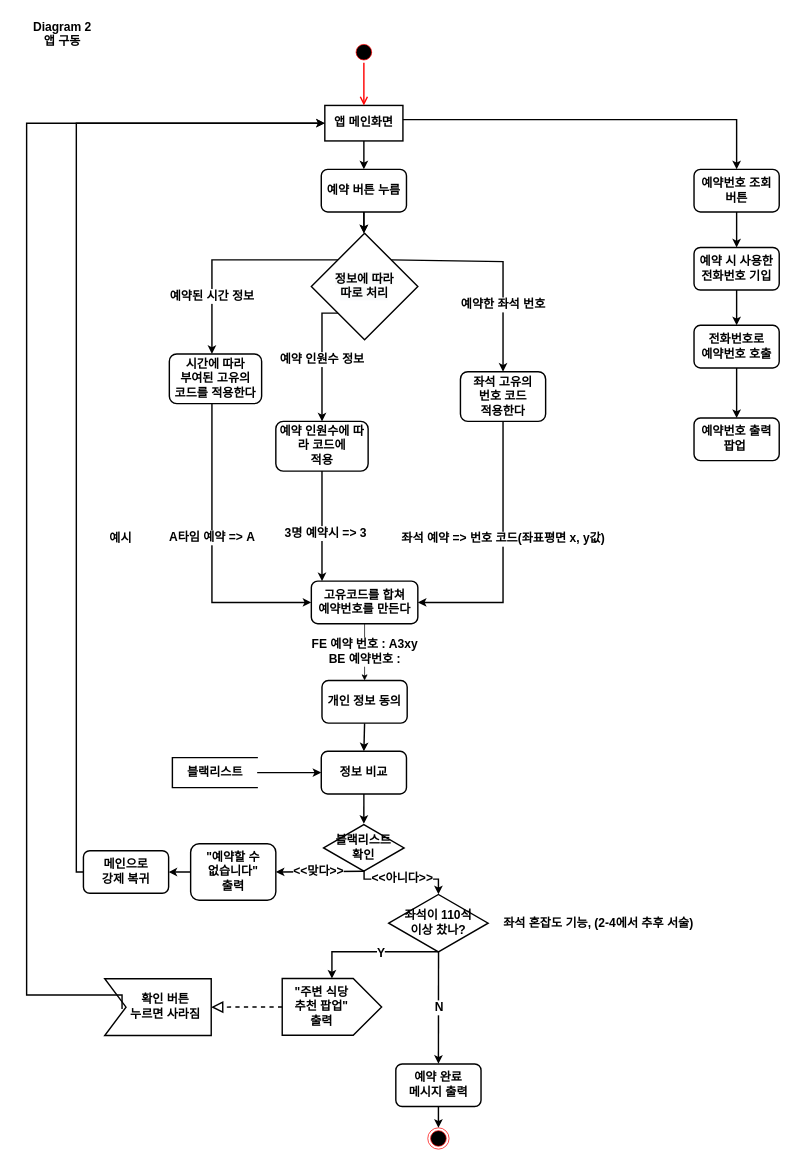
This is Diagram2_AppRuning22.drawio from StrongCatWill/SWProject, a draw.io file, before an edit. Source tidied: cells renumbered, new cells numbered last; positions are measured from the earlier drawing's top-left corner, leaving out a move shared by most shapes. Both pictures are drawn from the tidied source at 71%, with x=0, y=0 at pixel (26, 16).
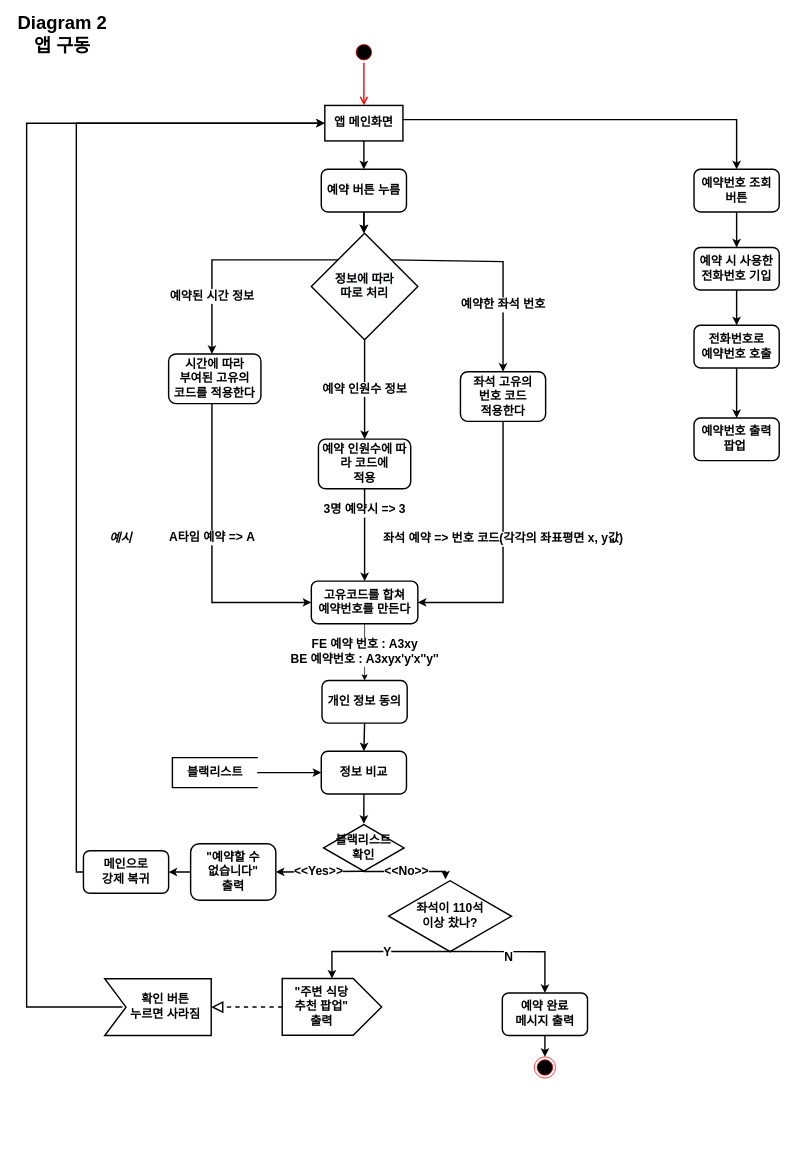
The same page after the edit.

The change refers to these unchanged cells:
```xml
<mxCell id="3" value="앱 메인화면" style="rounded=0;whiteSpace=wrap;html=1;fontSize=17;fontStyle=1;strokeWidth=2;" parent="1" vertex="1">
  <mxGeometry x="420" y="125" width="110" height="50" as="geometry" />
</mxCell>
<mxCell id="10" value="&lt;div style=&quot;font-size: 17px;&quot;&gt;블랙리스트&lt;/div&gt;&lt;div style=&quot;font-size: 17px;&quot;&gt;확인&lt;/div&gt;" style="html=1;whiteSpace=wrap;shape=isoRectangle;fontSize=17;align=center;fontStyle=1;strokeWidth=2;" parent="1" vertex="1">
  <mxGeometry x="418.3" y="1136.7" width="113.3" height="68" as="geometry" />
</mxCell>
<mxCell id="16" style="endArrow=classic;html=1;rounded=0;fontSize=17;entryX=1;entryY=0.5;entryDx=0;entryDy=0;exitX=0.502;exitY=0.984;exitDx=0;exitDy=0;exitPerimeter=0;fontStyle=1;strokeWidth=2;" parent="1" edge="1" target="32">
  <mxGeometry relative="1" as="geometry">
    <mxPoint x="475.2" y="1203.6" as="sourcePoint" />
  </mxGeometry>
</mxCell>
<mxCell id="27" value="확인 버튼&lt;br style=&quot;font-size: 17px;&quot;&gt;누르면 사라짐" style="text;html=1;align=center;verticalAlign=middle;points=[];strokeColor=none;fillColor=none;fontSize=17;fontStyle=1;" parent="1" vertex="1">
  <mxGeometry x="135" y="1369.7" width="120" height="50" as="geometry" />
</mxCell>
<mxCell id="52" value="좌석 고유의 &lt;br style=&quot;font-size: 17px;&quot;&gt;번호 코드 &lt;br style=&quot;font-size: 17px;&quot;&gt;적용한다" style="rounded=1;whiteSpace=wrap;html=1;fontSize=17;fontStyle=1;strokeWidth=2;" parent="1" vertex="1">
  <mxGeometry x="611" y="500" width="120" height="70" as="geometry" />
</mxCell>
<mxCell id="56" value="고유코드를 합쳐 &lt;br style=&quot;font-size: 17px;&quot;&gt;예약번호를 만든다" style="rounded=1;whiteSpace=wrap;html=1;fontSize=17;fontStyle=1;strokeWidth=2;" parent="1" vertex="1">
  <mxGeometry x="401" y="795" width="150" height="60" as="geometry" />
</mxCell>
<mxCell id="57" value="&#10;&#10;&lt;span style=&quot;color: rgb(0, 0, 0); font-family: helvetica; font-size: 17px; font-style: normal; letter-spacing: normal; text-align: center; text-indent: 0px; text-transform: none; word-spacing: 0px; background-color: rgb(248, 249, 250); display: inline; float: none;&quot;&gt;정보에 따라&lt;/span&gt;&lt;br style=&quot;color: rgb(0, 0, 0); font-family: helvetica; font-size: 17px; font-style: normal; letter-spacing: normal; text-align: center; text-indent: 0px; text-transform: none; word-spacing: 0px; background-color: rgb(248, 249, 250);&quot;&gt;&lt;span style=&quot;color: rgb(0, 0, 0); font-family: helvetica; font-size: 17px; font-style: normal; letter-spacing: normal; text-align: center; text-indent: 0px; text-transform: none; word-spacing: 0px; background-color: rgb(248, 249, 250); display: inline; float: none;&quot;&gt;따로 처리&lt;/span&gt;&#10;&#10;" style="rhombus;whiteSpace=wrap;html=1;fontSize=17;fontStyle=1;strokeWidth=2;" parent="1" vertex="1">
  <mxGeometry x="401" y="305" width="150" height="150" as="geometry" />
</mxCell>
<mxCell id="61" value="개인 정보 동의" style="rounded=1;whiteSpace=wrap;html=1;labelBackgroundColor=#ffffff;fontSize=17;fontStyle=1;strokeWidth=2;" parent="1" vertex="1">
  <mxGeometry x="416" y="935" width="120" height="60" as="geometry" />
</mxCell>
```

The edit, as a diff of the source:
```diff
@@
-    <mxCell id="2" value="&lt;font style=&quot;font-size: 17px;&quot;&gt;&lt;span style=&quot;font-size: 17px;&quot;&gt;Diagram 2&lt;/span&gt;&lt;br style=&quot;font-size: 17px;&quot;&gt;앱 구동&lt;br style=&quot;font-size: 17px;&quot;&gt;&lt;/font&gt;" style="text;html=1;align=center;verticalAlign=middle;strokeColor=none;fillColor=none;fontSize=17;fontStyle=1;" parent="1" vertex="1">
-      <mxGeometry width="100" height="50" as="geometry" />
+    <mxCell id="2" value="&lt;font style=&quot;font-size: 26px&quot;&gt;&lt;span&gt;Diagram 2&lt;/span&gt;&lt;br&gt;앱 구동&lt;br style=&quot;font-size: 17px&quot;&gt;&lt;/font&gt;" style="text;html=1;align=center;verticalAlign=middle;strokeColor=none;fillColor=none;fontSize=17;fontStyle=1;" parent="1" vertex="1">
+      <mxGeometry x="-20" width="140" height="50" as="geometry" />
     </mxCell>
@@
-    <mxCell id="11" value="&lt;span style=&quot;color: rgb(0 , 0 , 0) ; font-family: &amp;#34;helvetica&amp;#34; ; font-size: 17px ; font-style: normal ; letter-spacing: normal ; text-align: center ; text-indent: 0px ; text-transform: none ; word-spacing: 0px ; display: inline ; float: none&quot;&gt;FE 예약 번호 : A3xy&lt;/span&gt;&lt;br style=&quot;color: rgb(0 , 0 , 0) ; font-family: &amp;#34;helvetica&amp;#34; ; font-size: 17px ; font-style: normal ; letter-spacing: normal ; text-align: center ; text-indent: 0px ; text-transform: none ; word-spacing: 0px&quot;&gt;&lt;span style=&quot;color: rgb(0 , 0 , 0) ; font-family: &amp;#34;helvetica&amp;#34; ; font-size: 17px ; font-style: normal ; letter-spacing: normal ; text-align: center ; text-indent: 0px ; text-transform: none ; word-spacing: 0px ; display: inline ; float: none&quot;&gt;BE 예약번호 :&lt;/span&gt;" style="endArrow=classic;html=1;rounded=0;fontSize=17;exitX=0.5;exitY=1;exitDx=0;exitDy=0;entryX=0.5;entryY=0;entryDx=0;entryDy=0;fontStyle=1;" parent="1" edge="1" source="56" target="61">
+    <mxCell id="11" value="&lt;span style=&quot;color: rgb(0 , 0 , 0) ; font-family: &amp;#34;helvetica&amp;#34; ; font-size: 17px ; font-style: normal ; letter-spacing: normal ; text-align: center ; text-indent: 0px ; text-transform: none ; word-spacing: 0px ; display: inline ; float: none&quot;&gt;FE 예약 번호 : A3xy&lt;/span&gt;&lt;br style=&quot;color: rgb(0 , 0 , 0) ; font-family: &amp;#34;helvetica&amp;#34; ; font-size: 17px ; font-style: normal ; letter-spacing: normal ; text-align: center ; text-indent: 0px ; text-transform: none ; word-spacing: 0px&quot;&gt;&lt;span style=&quot;color: rgb(0 , 0 , 0) ; font-family: &amp;#34;helvetica&amp;#34; ; font-size: 17px ; font-style: normal ; letter-spacing: normal ; text-align: center ; text-indent: 0px ; text-transform: none ; word-spacing: 0px ; display: inline ; float: none&quot;&gt;BE 예약번호 : A3xyx'y'x''y''&lt;/span&gt;" style="endArrow=classic;html=1;rounded=0;fontSize=17;exitX=0.5;exitY=1;exitDx=0;exitDy=0;entryX=0.5;entryY=0;entryDx=0;entryDy=0;fontStyle=1;" parent="1" edge="1" source="56" target="61">
       <mxGeometry relative="1" as="geometry" />
     </mxCell>
@@
     <mxCell id="15" value="좌석이 110석&lt;br style=&quot;font-size: 17px;&quot;&gt;이상 찼나?" style="html=1;whiteSpace=wrap;shape=isoRectangle;fontSize=17;fontStyle=1;strokeWidth=2;" parent="1" vertex="1">
-      <mxGeometry x="510" y="1234.7" width="140" height="84" as="geometry" />
+      <mxGeometry x="510" y="1215" width="172.8" height="103.7" as="geometry" />
     </mxCell>
@@
-    <mxCell id="17" value="&amp;lt;&amp;lt;맞다&amp;gt;&amp;gt;" style="edgeLabel;html=1;align=center;verticalAlign=middle;fontSize=17;fontStyle=1;" parent="16" vertex="1">
+    <mxCell id="17" value="&amp;lt;&amp;lt;Yes&amp;gt;&amp;gt;" style="edgeLabel;html=1;align=center;verticalAlign=middle;fontSize=17;fontStyle=1;" parent="16" vertex="1">
       <mxGeometry x="-0.17" relative="1" as="geometry">
         <mxPoint x="-13" y="-1" as="offset" />
       </mxGeometry>
     </mxCell>
-    <mxCell id="18" style="endArrow=classic;html=1;rounded=0;fontSize=17;exitX=0.503;exitY=0.978;exitDx=0;exitDy=0;exitPerimeter=0;edgeStyle=orthogonalEdgeStyle;entryX=0.5;entryY=0.017;entryDx=0;entryDy=0;entryPerimeter=0;fontStyle=1;strokeWidth=2;" parent="1" edge="1" source="10" target="15">
+    <mxCell id="18" style="endArrow=classic;html=1;rounded=0;fontSize=17;exitX=0.503;exitY=0.978;exitDx=0;exitDy=0;exitPerimeter=0;edgeStyle=orthogonalEdgeStyle;fontStyle=1;strokeWidth=2;" parent="1" edge="1" target="15">
       <mxGeometry relative="1" as="geometry">
+        <mxPoint x="475.3" y="1202.2" as="sourcePoint" />
         <Array as="points">
-          <mxPoint x="475" y="1214.7" />
-          <mxPoint x="580" y="1214.7" />
+          <mxPoint x="475" y="1204" />
+          <mxPoint x="590" y="1204" />
         </Array>
       </mxGeometry>
     </mxCell>
-    <mxCell id="19" value="&amp;lt;&amp;lt;아니다&amp;gt;&amp;gt;" style="edgeLabel;html=1;align=center;verticalAlign=middle;fontSize=17;fontStyle=1;" parent="18" vertex="1">
+    <mxCell id="19" value="&amp;lt;&amp;lt;No&amp;gt;&amp;gt;" style="edgeLabel;html=1;align=center;verticalAlign=middle;fontSize=17;fontStyle=1;" parent="18" vertex="1">
       <mxGeometry x="-0.24" relative="1" as="geometry">
         <mxPoint x="13" y="-1" as="offset" />
       </mxGeometry>
     </mxCell>
@@
-    <mxCell id="24" style="endArrow=classic;html=1;rounded=0;fontSize=17;entryX=0.5;entryY=0;entryDx=0;entryDy=0;exitX=0.501;exitY=0.98;exitDx=0;exitDy=0;exitPerimeter=0;fontStyle=1;strokeWidth=2;" parent="1" edge="1" source="15">
+    <mxCell id="24" style="endArrow=classic;html=1;rounded=0;fontSize=17;exitX=0.501;exitY=0.98;exitDx=0;exitDy=0;exitPerimeter=0;fontStyle=1;strokeWidth=2;" parent="1" edge="1" source="15">
       <mxGeometry relative="1" as="geometry">
-        <mxPoint x="580" y="1474.7" as="targetPoint" />
+        <mxPoint x="730" y="1375" as="targetPoint" />
+        <Array as="points">
+          <mxPoint x="730" y="1317" />
+        </Array>
       </mxGeometry>
     </mxCell>
@@
     <mxCell id="36" style="ellipse;html=1;shape=endState;fillColor=#000000;strokeColor=#ff0000;labelBackgroundColor=#ffffff;fontSize=17;fontStyle=1;" parent="1" vertex="1">
-      <mxGeometry x="565" y="1565" width="30" height="30" as="geometry" />
+      <mxGeometry x="715" y="1465" width="30" height="30" as="geometry" />
     </mxCell>
     <mxCell id="37" style="endArrow=classic;html=1;rounded=0;fontSize=17;exitX=0.5;exitY=1;exitDx=0;exitDy=0;entryX=0.5;entryY=0;entryDx=0;entryDy=0;fontStyle=1;strokeWidth=2;" parent="1" edge="1" target="36">
       <mxGeometry relative="1" as="geometry">
-        <mxPoint x="580" y="1534.7" as="sourcePoint" />
+        <mxPoint x="730" y="1434.7" as="sourcePoint" />
       </mxGeometry>
     </mxCell>
-    <mxCell id="38" style="endArrow=classic;html=1;rounded=0;fontSize=17;exitX=-0.005;exitY=0.558;exitDx=0;exitDy=0;entryX=0;entryY=0.5;entryDx=0;entryDy=0;edgeStyle=orthogonalEdgeStyle;exitPerimeter=0;fontStyle=1;strokeWidth=2;" parent="1" edge="1" source="27" target="3">
+    <mxCell id="38" style="endArrow=classic;html=1;rounded=0;fontSize=17;entryX=0;entryY=0.5;entryDx=0;entryDy=0;edgeStyle=orthogonalEdgeStyle;fontStyle=1;strokeWidth=2;" parent="1" edge="1" source="27" target="3">
       <mxGeometry relative="1" as="geometry">
         <Array as="points">
-          <mxPoint y="1378" />
+          <mxPoint y="1395" />
           <mxPoint y="150" />
         </Array>
       </mxGeometry>
     </mxCell>
     <mxCell id="39" value="예약 완료&lt;br style=&quot;font-size: 17px;&quot;&gt;메시지 출력" style="rounded=1;whiteSpace=wrap;html=1;labelBackgroundColor=#ffffff;fontSize=17;fontStyle=1;strokeWidth=2;" parent="1" vertex="1">
-      <mxGeometry x="520" y="1475" width="120" height="60" as="geometry" />
+      <mxGeometry x="670" y="1375" width="120" height="60" as="geometry" />
     </mxCell>
@@
-    <mxCell id="48" value="&lt;font style=&quot;font-size: 17px;&quot;&gt;좌석 혼잡도 기능, (2-4에서 추후 서술)&lt;/font&gt;" style="text;html=1;align=center;verticalAlign=middle;strokeColor=none;fillColor=none;fontStyle=1;fontSize=17;" parent="1" vertex="1">
-      <mxGeometry x="655" y="1261.7" width="300" height="30" as="geometry" />
-    </mxCell>
     <mxCell id="49" value="시간에 따라 &lt;br style=&quot;font-size: 17px;&quot;&gt;부여된 고유의&lt;br style=&quot;font-size: 17px;&quot;&gt;코드를 적용한다" style="rounded=1;whiteSpace=wrap;html=1;fontSize=17;fontStyle=1;strokeWidth=2;" parent="1" vertex="1">
-      <mxGeometry x="201" y="475" width="130" height="70" as="geometry" />
+      <mxGeometry x="200" y="475" width="130" height="70" as="geometry" />
     </mxCell>
@@
-    <mxCell id="53" value="예시&amp;nbsp;" style="text;html=1;strokeColor=none;fillColor=none;align=center;verticalAlign=middle;whiteSpace=wrap;rounded=0;fontSize=17;fontStyle=1;" parent="1" vertex="1">
+    <mxCell id="53" value="&lt;i&gt;예시&amp;nbsp;&lt;/i&gt;" style="text;html=1;strokeColor=none;fillColor=none;align=center;verticalAlign=middle;whiteSpace=wrap;rounded=0;fontSize=17;fontStyle=1;" parent="1" vertex="1">
       <mxGeometry x="110" y="705" width="50" height="60" as="geometry" />
     </mxCell>
     <mxCell id="54" value="예약 인원수 정보" style="edgeStyle=segmentEdgeStyle;endArrow=classic;html=1;rounded=0;fontSize=17;exitX=0;exitY=1;exitDx=0;exitDy=0;entryX=0.5;entryY=0;entryDx=0;entryDy=0;fontStyle=1;strokeWidth=2;" parent="1" edge="1" source="57" target="55">
-      <mxGeometry relative="1" as="geometry" />
+      <mxGeometry x="0.35" relative="1" as="geometry" />
     </mxCell>
     <mxCell id="55" value="예약 인원수에 따라 코드에 &lt;br style=&quot;font-size: 17px;&quot;&gt;적용" style="rounded=1;whiteSpace=wrap;html=1;fontSize=17;fontStyle=1;strokeWidth=2;" parent="1" vertex="1">
-      <mxGeometry x="351" y="570" width="130" height="70" as="geometry" />
+      <mxGeometry x="411" y="595" width="130" height="70" as="geometry" />
     </mxCell>
@@
-    <mxCell id="59" value="좌석 예약 =&amp;gt; 번호 코드(좌표평면 x, y값)" style="endArrow=classic;html=1;rounded=0;fontSize=17;entryX=1;entryY=0.5;entryDx=0;entryDy=0;exitX=0.5;exitY=1;exitDx=0;exitDy=0;fontStyle=1;strokeWidth=2;" parent="1" edge="1" source="52" target="56">
+    <mxCell id="59" value="좌석 예약 =&amp;gt; 번호 코드(각각의 좌표평면 x, y값)" style="endArrow=classic;html=1;rounded=0;fontSize=17;entryX=1;entryY=0.5;entryDx=0;entryDy=0;exitX=0.5;exitY=1;exitDx=0;exitDy=0;fontStyle=1;strokeWidth=2;" parent="1" edge="1" source="52" target="56">
       <mxGeometry x="-0.12" relative="1" as="geometry">
         <Array as="points">
           <mxPoint x="671" y="825" />
         </Array>
         <mxPoint y="1" as="offset" />
       </mxGeometry>
     </mxCell>
     <mxCell id="60" value="3명 예약시 =&amp;gt; 3" style="edgeStyle=segmentEdgeStyle;endArrow=classic;html=1;rounded=0;fontSize=17;exitX=0.5;exitY=1;exitDx=0;exitDy=0;fontStyle=1;strokeWidth=2;" parent="1" edge="1" source="55" target="56">
-      <mxGeometry x="0.12" y="5" relative="1" as="geometry">
+      <mxGeometry x="-0.54" relative="1" as="geometry">
         <Array as="points">
-          <mxPoint x="416" y="725" />
-          <mxPoint x="416" y="725" />
+          <mxPoint x="476" y="695" />
+          <mxPoint x="476" y="695" />
         </Array>
-        <mxPoint y="1" as="offset" />
       </mxGeometry>
     </mxCell>
```
